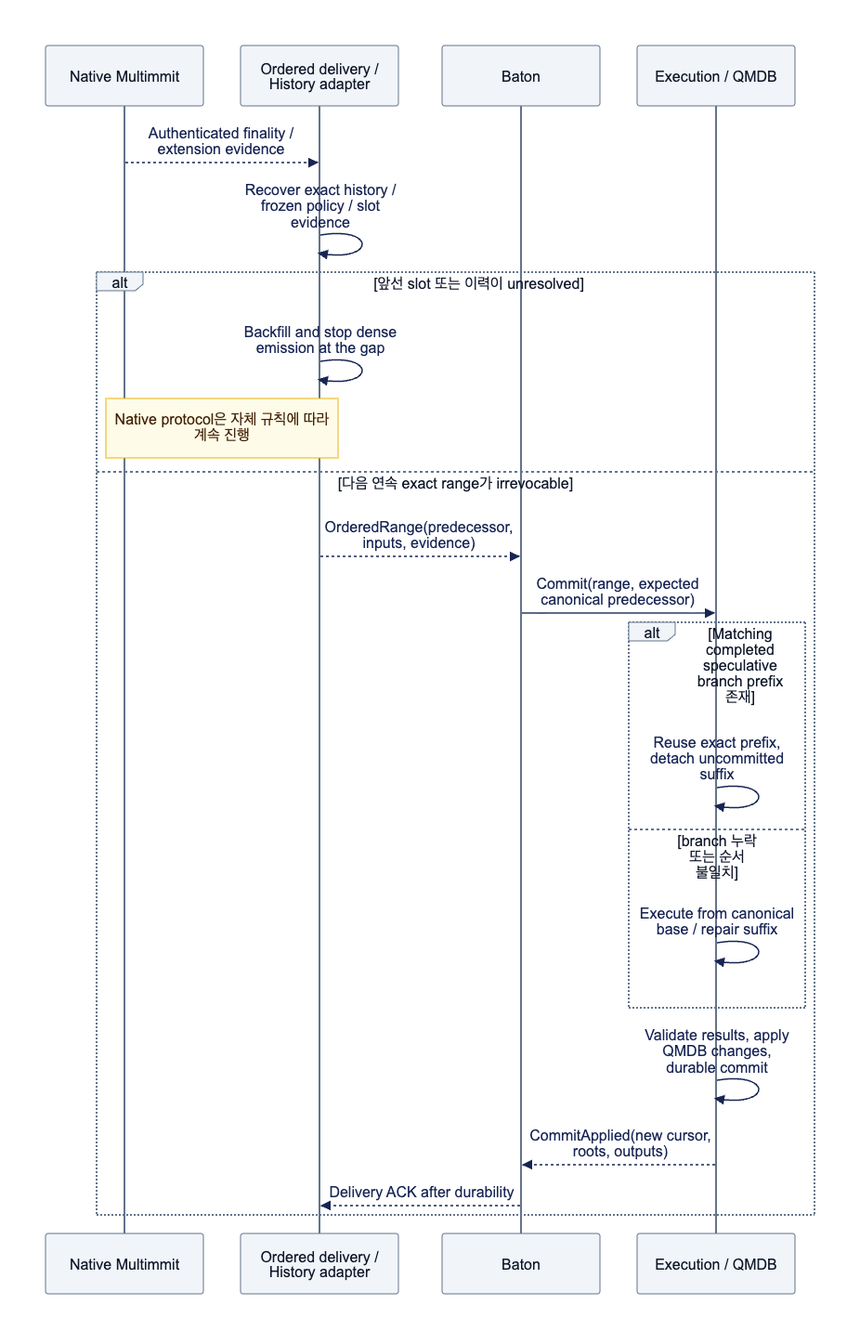
This is assets/diagrams/diagram-08.png from djm07073/baton-research, a Mermaid export, as it was before one commit. Its source is kept beside it as assets/diagrams/diagram-08.mmd.
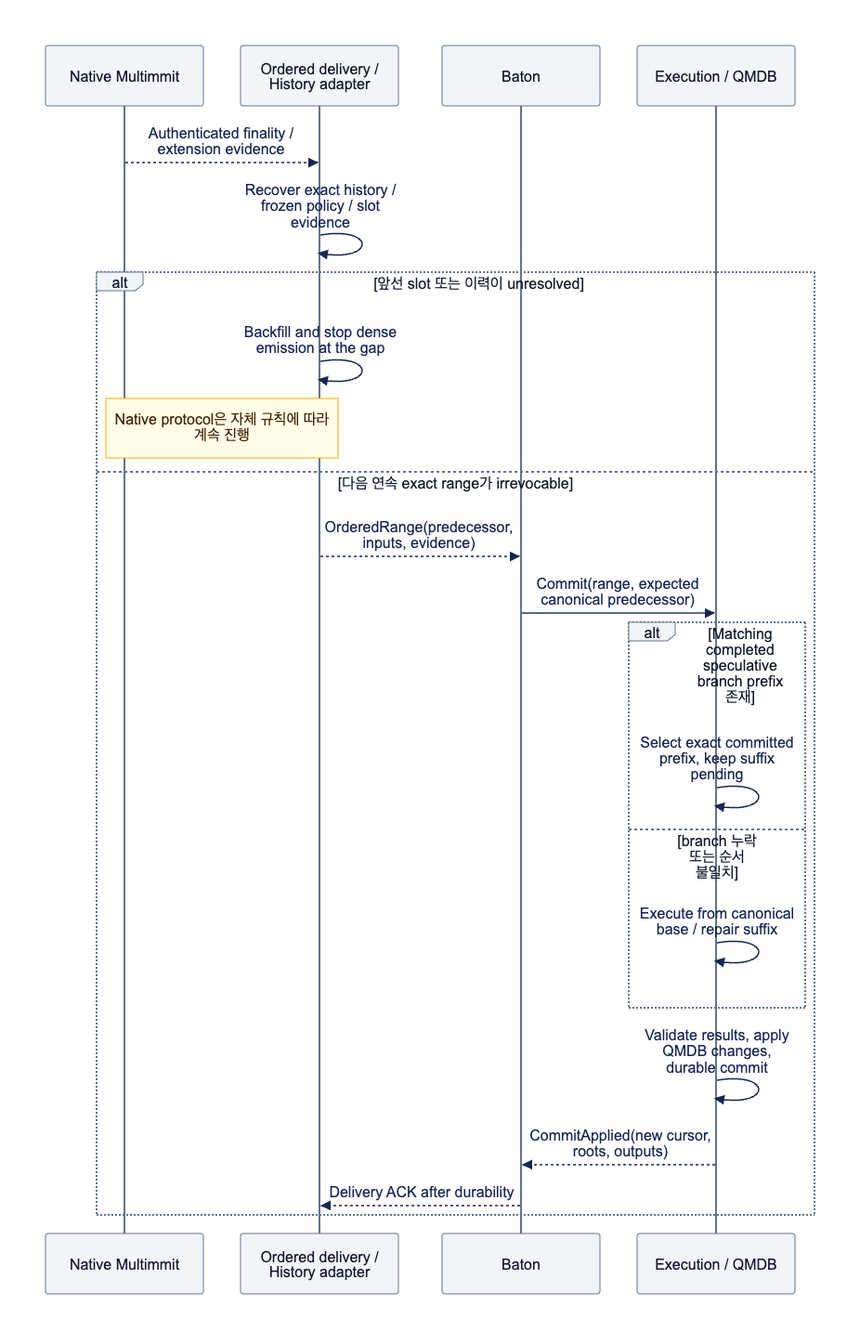
After the commit.

Diff of the diagram source:
```diff
@@ -12,7 +12,7 @@
         M-->>B: OrderedRange(predecessor, inputs, evidence)
         B->>E: Commit(range, expected canonical predecessor)
         alt Matching completed speculative branch prefix 존재
-            E->>E: Reuse exact prefix, detach uncommitted suffix
+            E->>E: Select exact committed prefix, keep suffix pending
         else branch 누락 또는 순서 불일치
             E->>E: Execute from canonical base / repair suffix
         end
```
